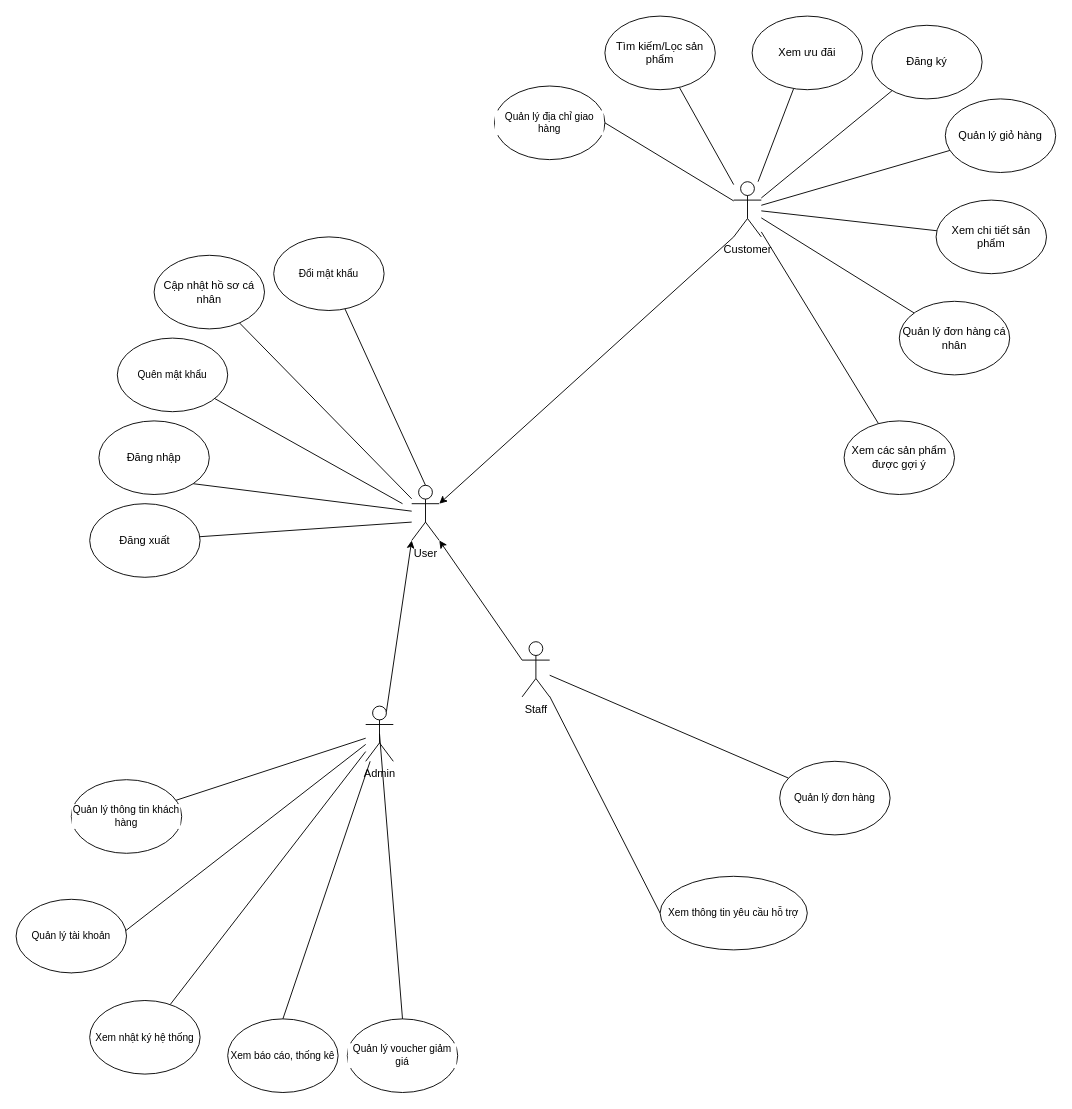
KaNguyen3005/Bookstore-System keeps this draw.io diagram as page "Tổng quát" (1 of 14) of Usecase Diagram Bookstore.drawio. Above is the earlier version. Source tidied: cells renumbered, new cells numbered last; positions are measured from the earlier drawing's top-left corner, leaving out a move shared by most shapes. Both pictures are drawn from the tidied source at 92%, with x=0, y=0 at pixel (16, 16).
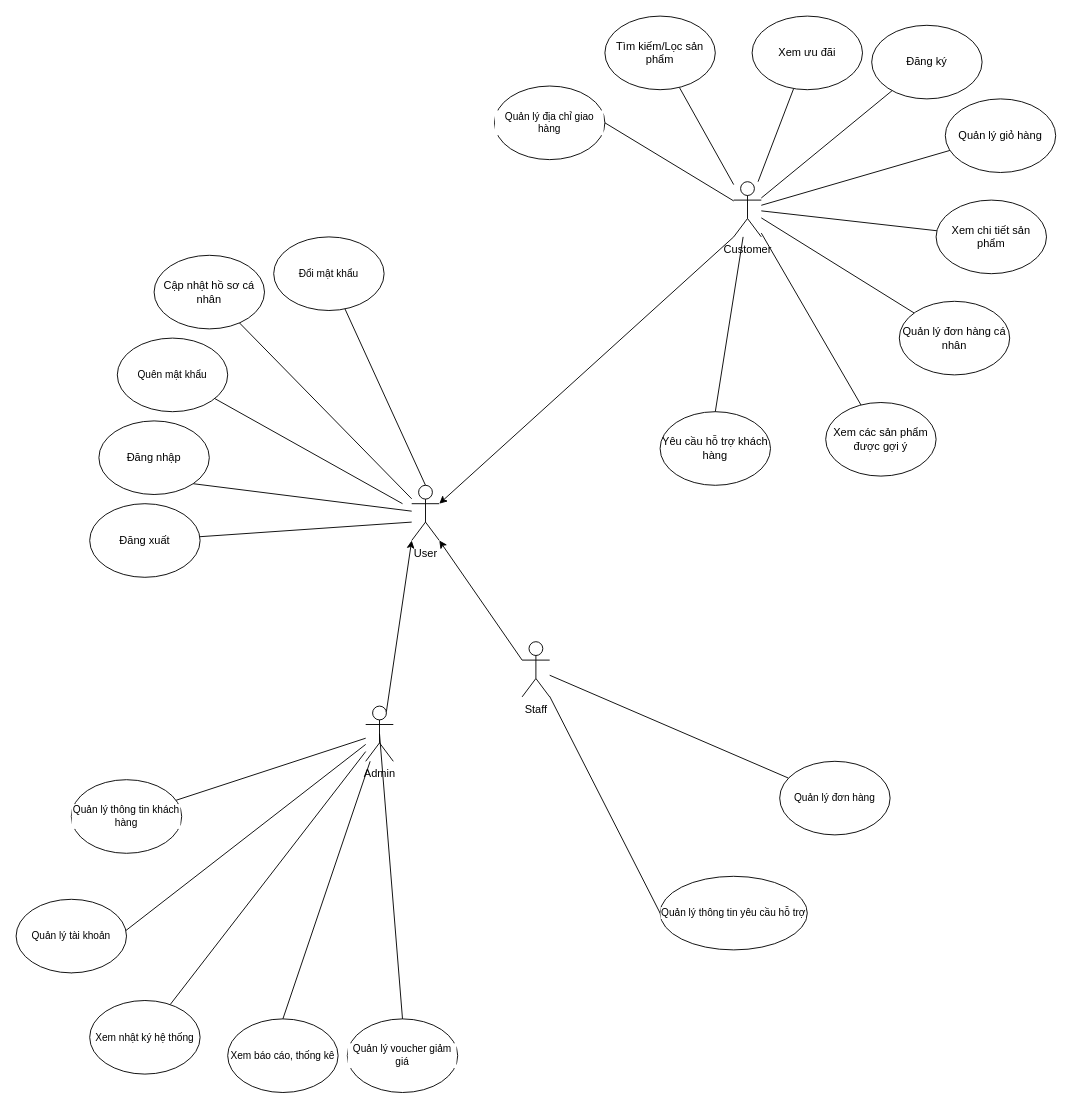
Above is the later version.

Unchanged cells that the change refers to:
```xml
<mxCell id="19" value="Customer" style="shape=umlActor;verticalLabelPosition=bottom;verticalAlign=top;html=1;outlineConnect=0;" parent="1" vertex="1">
  <mxGeometry x="780" y="180" width="30" height="60" as="geometry" />
</mxCell>
```

The edit, as a diff of the source:
```diff
@@
     <mxCell id="29" value="Xem các sản phẩm được gợi ý" style="ellipse;whiteSpace=wrap;html=1;" parent="1" vertex="1">
-      <mxGeometry x="900" y="440" width="120" height="80" as="geometry" />
+      <mxGeometry x="880" y="420" width="120" height="80" as="geometry" />
     </mxCell>
@@
-    <mxCell id="34" value="Xem thông tin yêu cầu hỗ trợ" style="ellipse;whiteSpace=wrap;html=1;fontFamily=Helvetica;fontSize=11;fontColor=default;labelBackgroundColor=default;" parent="1" vertex="1">
+    <mxCell id="34" value="Quản lý thông tin yêu cầu hỗ trợ" style="ellipse;whiteSpace=wrap;html=1;fontFamily=Helvetica;fontSize=11;fontColor=default;labelBackgroundColor=default;" parent="1" vertex="1">
       <mxGeometry x="700" y="935" width="160" height="80" as="geometry" />
     </mxCell>
@@
+    <mxCell id="49" value="Yêu cầu hỗ trợ khách hàng" style="ellipse;whiteSpace=wrap;html=1;" parent="1" vertex="1">
+      <mxGeometry x="700" y="430" width="120" height="80" as="geometry" />
+    </mxCell>
+    <mxCell id="50" style="edgeStyle=none;shape=connector;rounded=0;jettySize=auto;html=1;strokeColor=default;align=center;verticalAlign=middle;fontFamily=Helvetica;fontSize=11;fontColor=default;labelBackgroundColor=default;endArrow=none;endFill=0;entryX=0.5;entryY=0;entryDx=0;entryDy=0;" parent="1" edge="1" source="19" target="49">
+      <mxGeometry relative="1" as="geometry" />
+    </mxCell>
```
